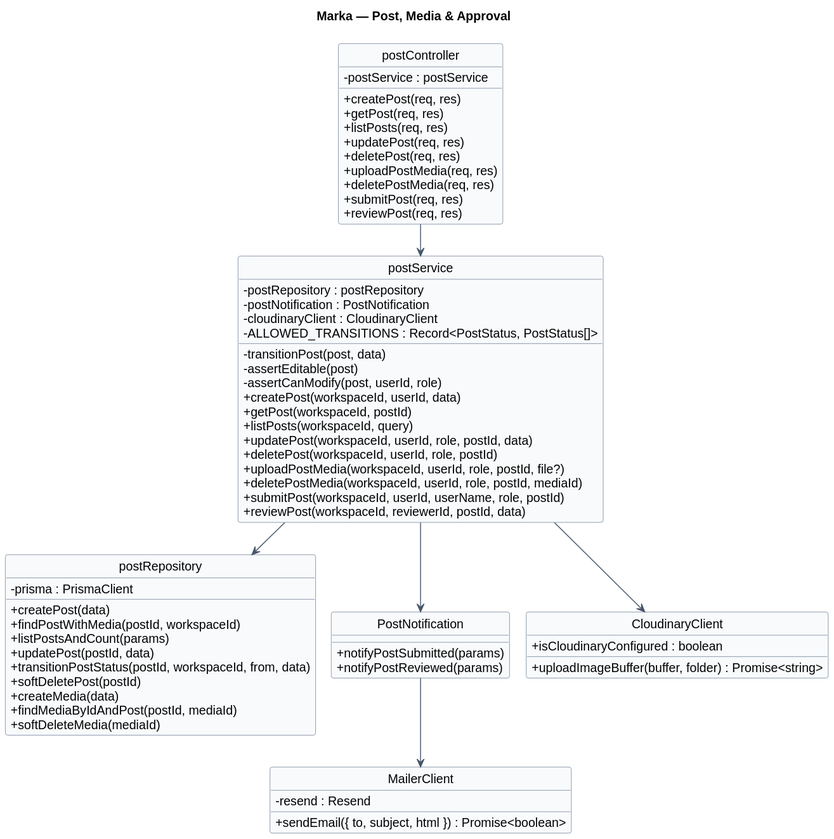
Earlier version of the PlantUML export docs/diagrams/05-post.svg (Pham-Hong-Ky/marka-capstone).
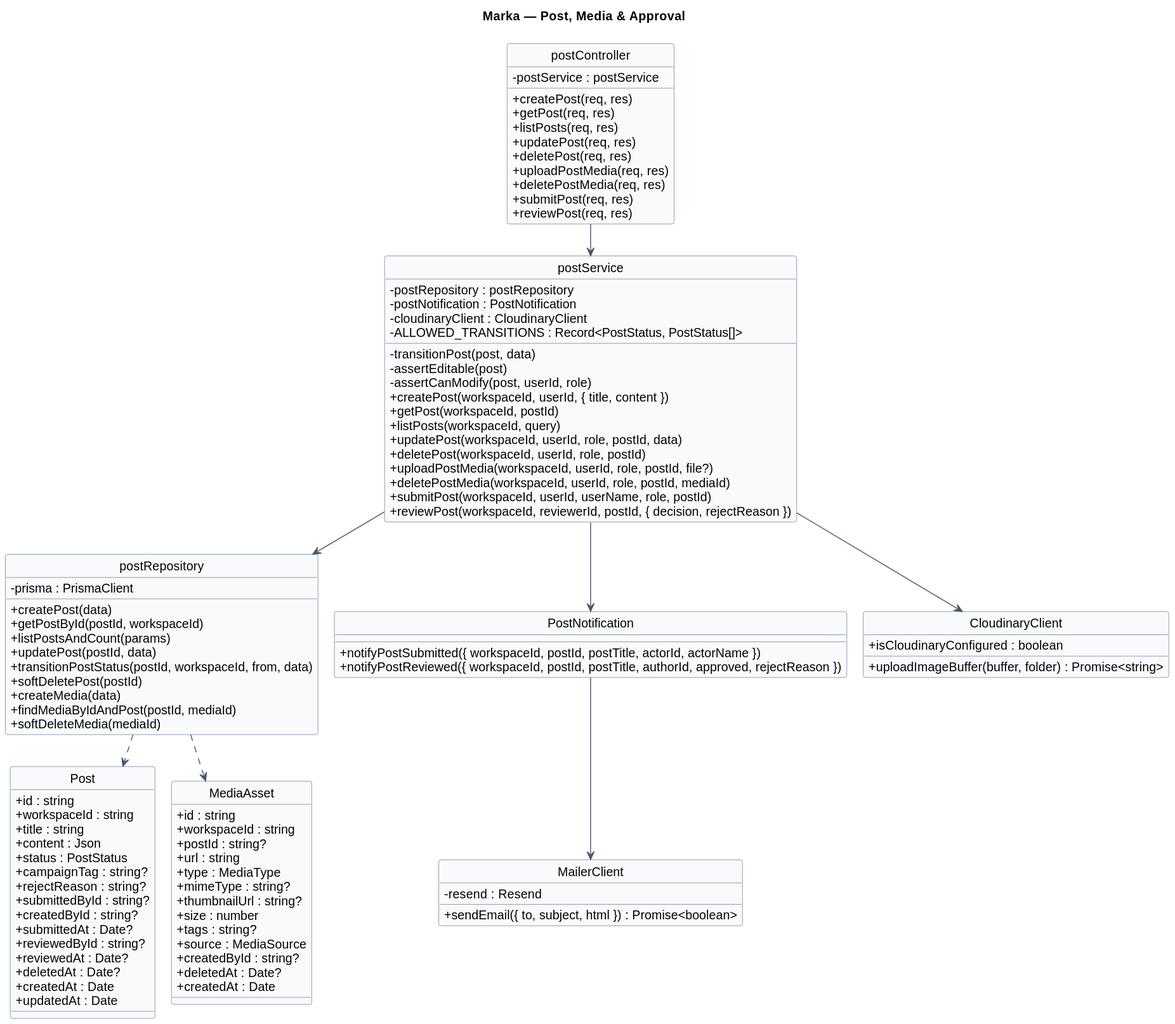
After the commit.

Change to the diagram source:
```diff
@@ -8,12 +8,46 @@
 skinparam linetype ortho
 skinparam shadowing false
 skinparam defaultFontName Arial
-skinparam nodesep 24
-skinparam ranksep 40
+skinparam nodesep 40
+skinparam ranksep 50
 skinparam class {
   BackgroundColor #F8FAFC
   BorderColor #64748B
   ArrowColor #475569
+}
+
+class "Post" as Post {
+  + id : string
+  + workspaceId : string
+  + title : string
+  + content : Json
+  + status : PostStatus
+  + campaignTag : string?
+  + rejectReason : string?
+  + submittedById : string?
+  + createdById : string?
+  + submittedAt : Date?
+  + reviewedById : string?
+  + reviewedAt : Date?
+  + deletedAt : Date?
+  + createdAt : Date
+  + updatedAt : Date
+}
+
+class "MediaAsset" as MediaAsset {
+  + id : string
+  + workspaceId : string
+  + postId : string?
+  + url : string
+  + type : MediaType
+  + mimeType : string?
+  + thumbnailUrl : string?
+  + size : number
+  + tags : string?
+  + source : MediaSource
+  + createdById : string?
+  + deletedAt : Date?
+  + createdAt : Date
 }
 
 class "postController" as postController {
@@ -37,7 +71,7 @@
   - transitionPost(post, data)
   - assertEditable(post)
   - assertCanModify(post, userId, role)
-  + createPost(workspaceId, userId, data)
+  + createPost(workspaceId, userId, { title, content })
   + getPost(workspaceId, postId)
   + listPosts(workspaceId, query)
   + updatePost(workspaceId, userId, role, postId, data)
@@ -45,13 +79,13 @@
   + uploadPostMedia(workspaceId, userId, role, postId, file?)
   + deletePostMedia(workspaceId, userId, role, postId, mediaId)
   + submitPost(workspaceId, userId, userName, role, postId)
-  + reviewPost(workspaceId, reviewerId, postId, data)
+  + reviewPost(workspaceId, reviewerId, postId, { decision, rejectReason })
 }
 
 class "postRepository" as postRepository {
   - prisma : PrismaClient
   + createPost(data)
-  + findPostWithMedia(postId, workspaceId)
+  + getPostById(postId, workspaceId)
   + listPostsAndCount(params)
   + updatePost(postId, data)
   + transitionPostStatus(postId, workspaceId, from, data)
@@ -62,8 +96,8 @@
 }
 
 class "PostNotification" as postNotification {
-  + notifyPostSubmitted(params)
-  + notifyPostReviewed(params)
+  + notifyPostSubmitted({ workspaceId, postId, postTitle, actorId, actorName })
+  + notifyPostReviewed({ workspaceId, postId, postTitle, authorId, approved, rejectReason })
 }
 
 class "MailerClient" as mailerClient {
@@ -81,4 +115,6 @@
 postService --> postNotification
 postService --> cloudinaryClient
 postNotification --> mailerClient
+postRepository ..> Post
+postRepository ..> MediaAsset
 @enduml
```
